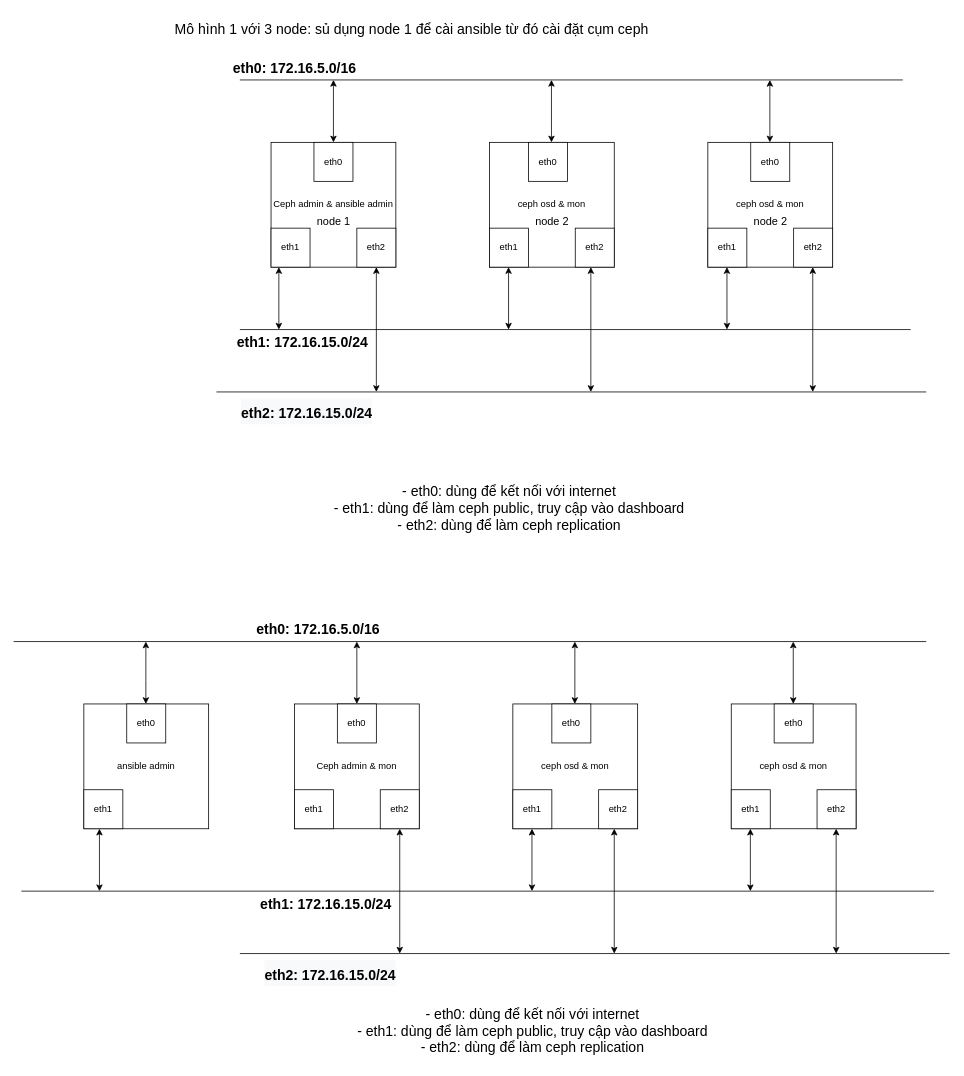
Phuc-gif051/ThucTap2022 keeps this draw.io diagram as Lý Thuyết cơ bản/CEPH/Mo-Hinh_Trien_Khai/cai_ceph_3_node_bang_ansible.drawio. Above is the earlier version. Source tidied: cells renumbered, new cells numbered last; positions are measured from the earlier drawing's top-left corner, leaving out a move shared by most shapes. Both pictures are drawn from the tidied source at 78%, with x=0, y=0 at pixel (13, 13).
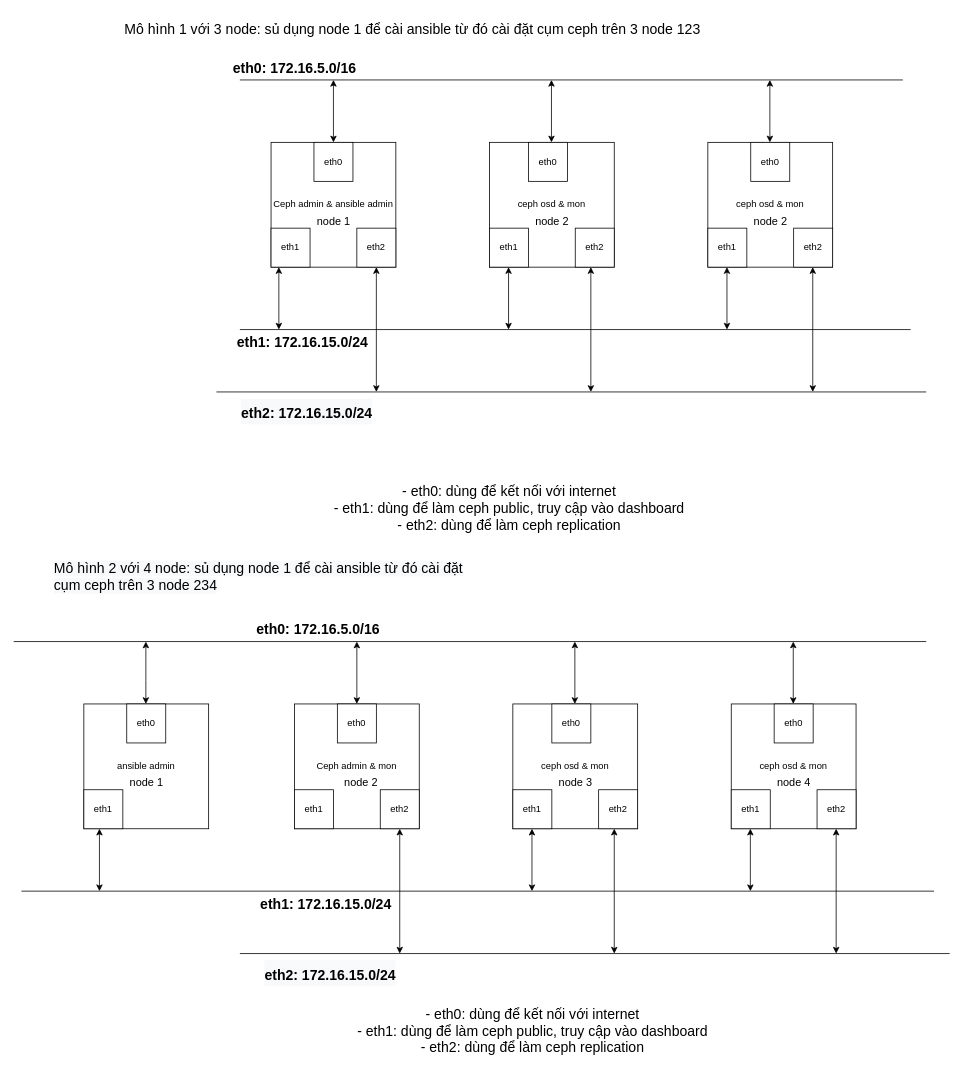
After the change.

Commit message (it also covers changes not shown here):
Cập nhật cai_ceph_3_node_bang_ansible.drawio

Change to the diagram source:
```diff
@@
-    <mxCell id="62" value="Mô hình 1 với 3 node: sủ dụng node 1 để cài ansible từ đó cài đặt cụm ceph" style="text;html=1;align=center;verticalAlign=middle;strokeColor=none;fillColor=none;fontSize=18;" parent="1" vertex="1">
-      <mxGeometry x="195" width="630" height="40" as="geometry" />
+    <mxCell id="62" value="Mô hình 1 với 3 node: sủ dụng node 1 để cài ansible từ đó cài đặt cụm ceph trên 3 node 123" style="text;html=1;align=center;verticalAlign=middle;strokeColor=none;fillColor=none;fontSize=18;" parent="1" vertex="1">
+      <mxGeometry x="131" width="760" height="40" as="geometry" />
     </mxCell>
@@
+    <mxCell id="66" value="&lt;span style=&quot;color: rgb(0, 0, 0); font-family: Helvetica; font-size: 18px; font-style: normal; font-variant-ligatures: normal; font-variant-caps: normal; font-weight: 400; letter-spacing: normal; orphans: 2; text-align: center; text-indent: 0px; text-transform: none; widows: 2; word-spacing: 0px; -webkit-text-stroke-width: 0px; background-color: rgb(248, 249, 250); text-decoration-thickness: initial; text-decoration-style: initial; text-decoration-color: initial; float: none; display: inline !important;&quot;&gt;Mô hình 2 với 4 node: sủ dụng node 1 để cài ansible từ đó cài đặt cụm ceph trên 3 node 234&lt;/span&gt;" style="text;whiteSpace=wrap;html=1;fontSize=14;" parent="1" vertex="1">
+      <mxGeometry x="50" y="695" width="560" height="70" as="geometry" />
+    </mxCell>
+    <mxCell id="67" value="&lt;font style=&quot;font-size: 14px;&quot;&gt;node 1&lt;/font&gt;" style="text;html=1;align=center;verticalAlign=middle;strokeColor=none;fillColor=none;fontSize=18;" parent="1" vertex="1">
+      <mxGeometry x="135" y="965" width="70" height="40" as="geometry" />
+    </mxCell>
+    <mxCell id="68" value="&lt;font style=&quot;font-size: 14px;&quot;&gt;node 2&lt;/font&gt;" style="text;html=1;align=center;verticalAlign=middle;strokeColor=none;fillColor=none;fontSize=18;" parent="1" vertex="1">
+      <mxGeometry x="410" y="965" width="70" height="40" as="geometry" />
+    </mxCell>
+    <mxCell id="69" value="&lt;font style=&quot;font-size: 14px;&quot;&gt;node 3&lt;/font&gt;" style="text;html=1;align=center;verticalAlign=middle;strokeColor=none;fillColor=none;fontSize=18;" parent="1" vertex="1">
+      <mxGeometry x="685" y="965" width="70" height="40" as="geometry" />
+    </mxCell>
+    <mxCell id="70" value="&lt;font style=&quot;font-size: 14px;&quot;&gt;node 4&lt;/font&gt;" style="text;html=1;align=center;verticalAlign=middle;strokeColor=none;fillColor=none;fontSize=18;" parent="1" vertex="1">
+      <mxGeometry x="965" y="965" width="70" height="40" as="geometry" />
+    </mxCell>
```
